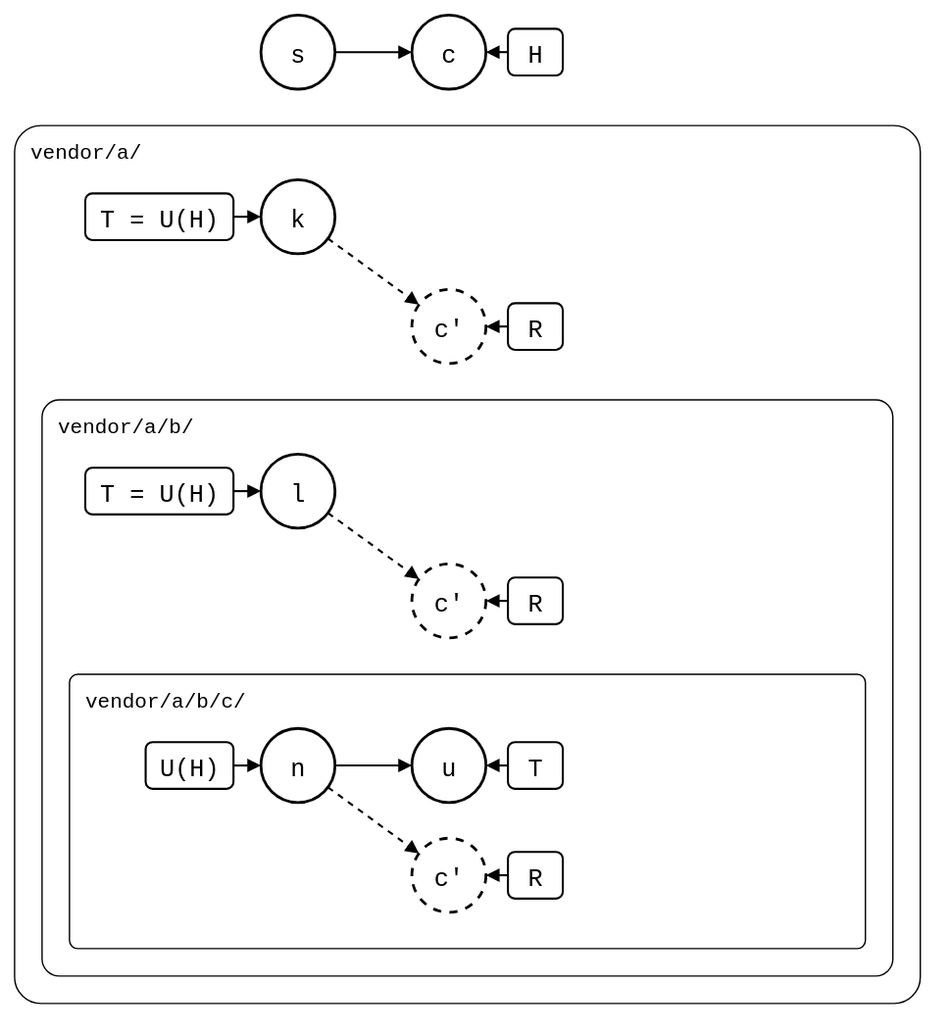
This is docs/09-scenarios/05-nested-splices/01-nested-splices/02-three-levels/levels-before.drawio.svg from roschaefer/git-splice, a draw.io export, as it was before one commit. Source tidied: cells renumbered, new cells last; positions are measured from the earlier drawing's top-left corner, leaving out a move shared by most shapes. Source of this version:
```xml
<mxGraphModel background="#ffffff">
  <root>
    <mxCell id="0" />
    <mxCell id="1" parent="0" />
    <mxCell id="2" value="vendor/a/" style="rounded=1;arcSize=3;fillColor=none;strokeWidth=1;fontSize=15;verticalAlign=top;align=left;spacingLeft=10;spacingTop=4;fontFamily=Roboto Mono,monospace;" parent="1" vertex="1">
      <mxGeometry y="80" width="660" height="640" as="geometry" />
    </mxCell>
    <mxCell id="3" value="vendor/a/b/" style="rounded=1;arcSize=3;fillColor=none;strokeWidth=1;fontSize=15;verticalAlign=top;align=left;spacingLeft=10;spacingTop=4;fontFamily=Roboto Mono,monospace;" parent="1" vertex="1">
      <mxGeometry x="20" y="280" width="620" height="420" as="geometry" />
    </mxCell>
    <mxCell id="4" value="vendor/a/b/c/" style="rounded=1;arcSize=3;fillColor=none;strokeWidth=1;fontSize=15;verticalAlign=top;align=left;spacingLeft=10;spacingTop=4;fontFamily=Roboto Mono,monospace;" parent="1" vertex="1">
      <mxGeometry x="40" y="480" width="580" height="200" as="geometry" />
    </mxCell>
    <mxCell id="5" value="s" style="ellipse;strokeWidth=2;fontSize=18;fontFamily=Roboto Mono,monospace;" parent="1" vertex="1">
      <mxGeometry x="180" width="54" height="54" as="geometry" />
    </mxCell>
    <mxCell id="6" value="c" style="ellipse;strokeWidth=2;fontSize=18;fontFamily=Roboto Mono,monospace;" parent="1" vertex="1">
      <mxGeometry x="290" width="54" height="54" as="geometry" />
    </mxCell>
    <mxCell id="7" style="endArrow=block;endFill=1;html=1;strokeWidth=1.5;rounded=0;" parent="1" edge="1" source="5" target="6">
      <mxGeometry relative="1" as="geometry" />
    </mxCell>
    <mxCell id="8" value="H" style="rounded=1;strokeWidth=1.5;fontSize=18;fontFamily=Roboto Mono,monospace;" parent="1" vertex="1">
      <mxGeometry x="360" y="10" width="40" height="34" as="geometry" />
    </mxCell>
    <mxCell id="9" style="endArrow=block;endFill=1;html=1;strokeWidth=1.5;rounded=0;" parent="1" edge="1" source="8" target="6">
      <mxGeometry relative="1" as="geometry" />
    </mxCell>
    <mxCell id="10" value="k" style="ellipse;strokeWidth=2;fontSize=18;fontFamily=Roboto Mono,monospace;" parent="1" vertex="1">
      <mxGeometry x="180" y="120" width="54" height="54" as="geometry" />
    </mxCell>
    <mxCell id="11" value="c'" style="ellipse;strokeWidth=2;fontSize=18;fontFamily=Roboto Mono,monospace;dashed=1;" parent="1" vertex="1">
      <mxGeometry x="290" y="200" width="54" height="54" as="geometry" />
    </mxCell>
    <mxCell id="12" style="endArrow=block;endFill=1;html=1;strokeWidth=1.5;rounded=0;dashed=1;" parent="1" edge="1" source="10" target="11">
      <mxGeometry relative="1" as="geometry" />
    </mxCell>
    <mxCell id="13" value="l" style="ellipse;strokeWidth=2;fontSize=18;fontFamily=Roboto Mono,monospace;" parent="1" vertex="1">
      <mxGeometry x="180" y="320" width="54" height="54" as="geometry" />
    </mxCell>
    <mxCell id="14" value="c'" style="ellipse;strokeWidth=2;fontSize=18;fontFamily=Roboto Mono,monospace;dashed=1;" parent="1" vertex="1">
      <mxGeometry x="290" y="400" width="54" height="54" as="geometry" />
    </mxCell>
    <mxCell id="15" style="endArrow=block;endFill=1;html=1;strokeWidth=1.5;rounded=0;dashed=1;" parent="1" edge="1" source="13" target="14">
      <mxGeometry relative="1" as="geometry" />
    </mxCell>
    <mxCell id="16" value="n" style="ellipse;strokeWidth=2;fontSize=18;fontFamily=Roboto Mono,monospace;" parent="1" vertex="1">
      <mxGeometry x="180" y="520" width="54" height="54" as="geometry" />
    </mxCell>
    <mxCell id="17" value="u" style="ellipse;strokeWidth=2;fontSize=18;fontFamily=Roboto Mono,monospace;" parent="1" vertex="1">
      <mxGeometry x="290" y="520" width="54" height="54" as="geometry" />
    </mxCell>
    <mxCell id="18" style="endArrow=block;endFill=1;html=1;strokeWidth=1.5;rounded=0;" parent="1" edge="1" source="16" target="17">
      <mxGeometry relative="1" as="geometry" />
    </mxCell>
    <mxCell id="19" value="c'" style="ellipse;strokeWidth=2;fontSize=18;fontFamily=Roboto Mono,monospace;dashed=1;" parent="1" vertex="1">
      <mxGeometry x="290" y="600" width="54" height="54" as="geometry" />
    </mxCell>
    <mxCell id="20" style="endArrow=block;endFill=1;html=1;strokeWidth=1.5;rounded=0;dashed=1;" parent="1" edge="1" source="16" target="19">
      <mxGeometry relative="1" as="geometry" />
    </mxCell>
    <mxCell id="21" value="T = U(H)" style="rounded=1;strokeWidth=1.5;fontSize=18;fontFamily=Roboto Mono,monospace;" parent="1" vertex="1">
      <mxGeometry x="52" y="130" width="108" height="34" as="geometry" />
    </mxCell>
    <mxCell id="22" style="endArrow=block;endFill=1;html=1;strokeWidth=1.5;rounded=0;" parent="1" edge="1" source="21" target="10">
      <mxGeometry relative="1" as="geometry" />
    </mxCell>
    <mxCell id="23" value="T = U(H)" style="rounded=1;strokeWidth=1.5;fontSize=18;fontFamily=Roboto Mono,monospace;" parent="1" vertex="1">
      <mxGeometry x="52" y="330" width="108" height="34" as="geometry" />
    </mxCell>
    <mxCell id="24" style="endArrow=block;endFill=1;html=1;strokeWidth=1.5;rounded=0;" parent="1" edge="1" source="23" target="13">
      <mxGeometry relative="1" as="geometry" />
    </mxCell>
    <mxCell id="25" value="U(H)" style="rounded=1;strokeWidth=1.5;fontSize=18;fontFamily=Roboto Mono,monospace;" parent="1" vertex="1">
      <mxGeometry x="96" y="530" width="64" height="34" as="geometry" />
    </mxCell>
    <mxCell id="26" style="endArrow=block;endFill=1;html=1;strokeWidth=1.5;rounded=0;" parent="1" edge="1" source="25" target="16">
      <mxGeometry relative="1" as="geometry" />
    </mxCell>
    <mxCell id="27" value="R" style="rounded=1;strokeWidth=1.5;fontSize=18;fontFamily=Roboto Mono,monospace;" parent="1" vertex="1">
      <mxGeometry x="360" y="210" width="40" height="34" as="geometry" />
    </mxCell>
    <mxCell id="28" style="endArrow=block;endFill=1;html=1;strokeWidth=1.5;rounded=0;" parent="1" edge="1" source="27" target="11">
      <mxGeometry relative="1" as="geometry" />
    </mxCell>
    <mxCell id="29" value="R" style="rounded=1;strokeWidth=1.5;fontSize=18;fontFamily=Roboto Mono,monospace;" parent="1" vertex="1">
      <mxGeometry x="360" y="410" width="40" height="34" as="geometry" />
    </mxCell>
    <mxCell id="30" style="endArrow=block;endFill=1;html=1;strokeWidth=1.5;rounded=0;" parent="1" edge="1" source="29" target="14">
      <mxGeometry relative="1" as="geometry" />
    </mxCell>
    <mxCell id="31" value="T" style="rounded=1;strokeWidth=1.5;fontSize=18;fontFamily=Roboto Mono,monospace;" parent="1" vertex="1">
      <mxGeometry x="360" y="530" width="40" height="34" as="geometry" />
    </mxCell>
    <mxCell id="32" style="endArrow=block;endFill=1;html=1;strokeWidth=1.5;rounded=0;" parent="1" edge="1" source="31" target="17">
      <mxGeometry relative="1" as="geometry" />
    </mxCell>
    <mxCell id="33" value="R" style="rounded=1;strokeWidth=1.5;fontSize=18;fontFamily=Roboto Mono,monospace;" parent="1" vertex="1">
      <mxGeometry x="360" y="610" width="40" height="34" as="geometry" />
    </mxCell>
    <mxCell id="34" style="endArrow=block;endFill=1;html=1;strokeWidth=1.5;rounded=0;" parent="1" edge="1" source="33" target="19">
      <mxGeometry relative="1" as="geometry" />
    </mxCell>
  </root>
</mxGraphModel>
```
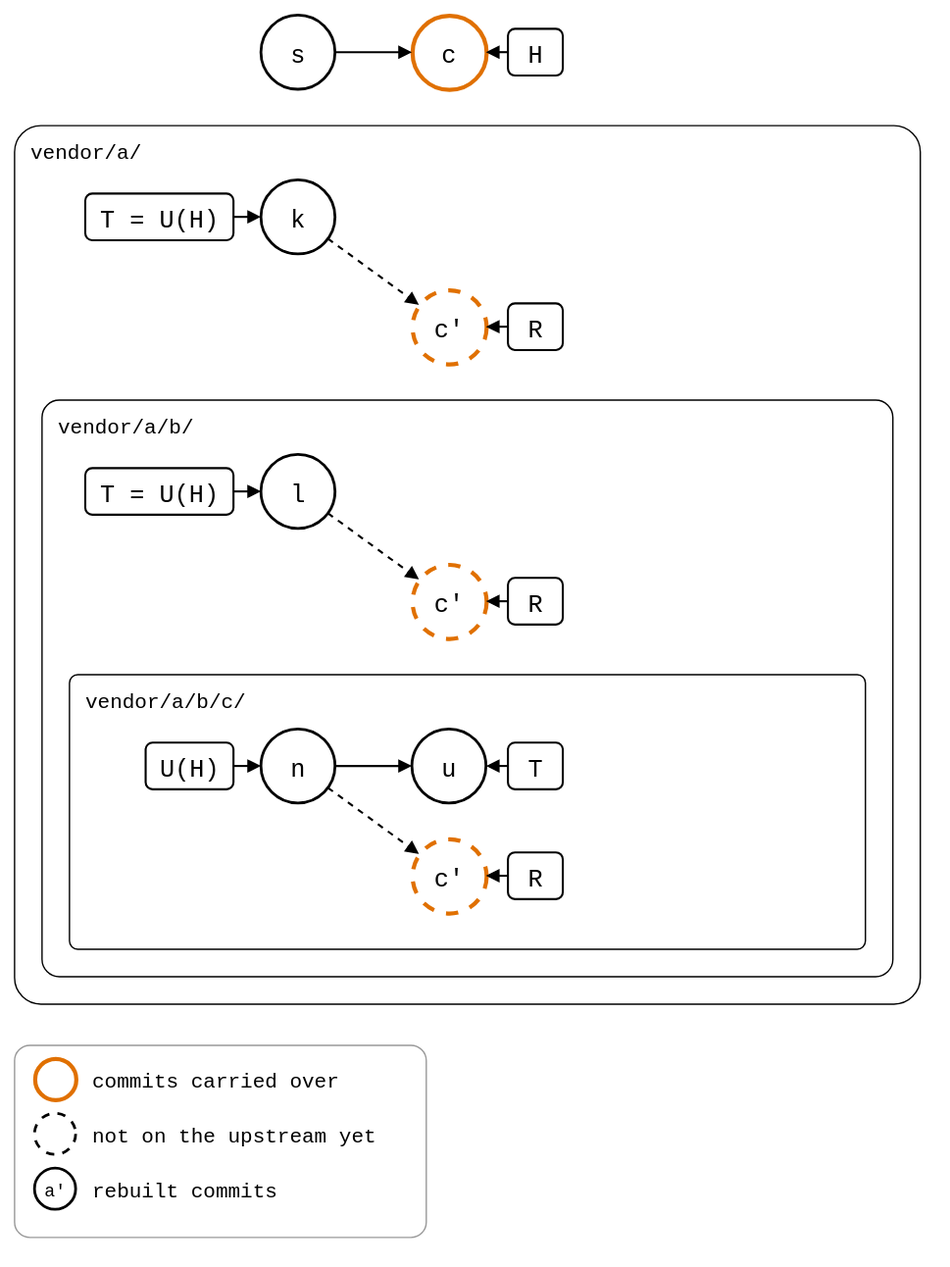
After the commit.

Change to the diagram source:
```diff
@@ -14,7 +14,7 @@
     <mxCell id="5" value="s" style="ellipse;strokeWidth=2;fontSize=18;fontFamily=Roboto Mono,monospace;" parent="1" vertex="1">
       <mxGeometry x="180" width="54" height="54" as="geometry" />
     </mxCell>
-    <mxCell id="6" value="c" style="ellipse;strokeWidth=2;fontSize=18;fontFamily=Roboto Mono,monospace;" parent="1" vertex="1">
+    <mxCell id="6" value="c" style="ellipse;strokeWidth=2;fontSize=18;fontFamily=Roboto Mono,monospace;strokeColor=#E07000;strokeWidth=3;" parent="1" vertex="1">
       <mxGeometry x="290" width="54" height="54" as="geometry" />
     </mxCell>
     <mxCell id="7" style="endArrow=block;endFill=1;html=1;strokeWidth=1.5;rounded=0;" parent="1" edge="1" source="5" target="6">
@@ -29,7 +29,7 @@
     <mxCell id="10" value="k" style="ellipse;strokeWidth=2;fontSize=18;fontFamily=Roboto Mono,monospace;" parent="1" vertex="1">
       <mxGeometry x="180" y="120" width="54" height="54" as="geometry" />
     </mxCell>
-    <mxCell id="11" value="c'" style="ellipse;strokeWidth=2;fontSize=18;fontFamily=Roboto Mono,monospace;dashed=1;" parent="1" vertex="1">
+    <mxCell id="11" value="c'" style="ellipse;strokeWidth=2;fontSize=18;fontFamily=Roboto Mono,monospace;dashed=1;strokeColor=#E07000;strokeWidth=3;" parent="1" vertex="1">
       <mxGeometry x="290" y="200" width="54" height="54" as="geometry" />
     </mxCell>
     <mxCell id="12" style="endArrow=block;endFill=1;html=1;strokeWidth=1.5;rounded=0;dashed=1;" parent="1" edge="1" source="10" target="11">
@@ -38,7 +38,7 @@
     <mxCell id="13" value="l" style="ellipse;strokeWidth=2;fontSize=18;fontFamily=Roboto Mono,monospace;" parent="1" vertex="1">
       <mxGeometry x="180" y="320" width="54" height="54" as="geometry" />
     </mxCell>
-    <mxCell id="14" value="c'" style="ellipse;strokeWidth=2;fontSize=18;fontFamily=Roboto Mono,monospace;dashed=1;" parent="1" vertex="1">
+    <mxCell id="14" value="c'" style="ellipse;strokeWidth=2;fontSize=18;fontFamily=Roboto Mono,monospace;dashed=1;strokeColor=#E07000;strokeWidth=3;" parent="1" vertex="1">
       <mxGeometry x="290" y="400" width="54" height="54" as="geometry" />
     </mxCell>
     <mxCell id="15" style="endArrow=block;endFill=1;html=1;strokeWidth=1.5;rounded=0;dashed=1;" parent="1" edge="1" source="13" target="14">
@@ -53,7 +53,7 @@
     <mxCell id="18" style="endArrow=block;endFill=1;html=1;strokeWidth=1.5;rounded=0;" parent="1" edge="1" source="16" target="17">
       <mxGeometry relative="1" as="geometry" />
     </mxCell>
-    <mxCell id="19" value="c'" style="ellipse;strokeWidth=2;fontSize=18;fontFamily=Roboto Mono,monospace;dashed=1;" parent="1" vertex="1">
+    <mxCell id="19" value="c'" style="ellipse;strokeWidth=2;fontSize=18;fontFamily=Roboto Mono,monospace;dashed=1;strokeColor=#E07000;strokeWidth=3;" parent="1" vertex="1">
       <mxGeometry x="290" y="600" width="54" height="54" as="geometry" />
     </mxCell>
     <mxCell id="20" style="endArrow=block;endFill=1;html=1;strokeWidth=1.5;rounded=0;dashed=1;" parent="1" edge="1" source="16" target="19">
@@ -101,5 +101,26 @@
     <mxCell id="34" style="endArrow=block;endFill=1;html=1;strokeWidth=1.5;rounded=0;" parent="1" edge="1" source="33" target="19">
       <mxGeometry relative="1" as="geometry" />
     </mxCell>
+    <mxCell id="35" style="rounded=1;arcSize=8;fillColor=none;strokeColor=#999999;strokeWidth=1;legend=1;" parent="1" vertex="1">
+      <mxGeometry y="750" width="300" height="140" as="geometry" />
+    </mxCell>
+    <mxCell id="36" style="ellipse;fontSize=13;fontFamily=Roboto Mono,monospace;strokeWidth=2;strokeColor=#E07000;strokeWidth=3;" parent="35" vertex="1">
+      <mxGeometry x="15" y="10" width="30" height="30" as="geometry" />
+    </mxCell>
+    <mxCell id="37" value="commits carried over" style="text;align=left;verticalAlign=middle;fontSize=15;fontFamily=Roboto Mono,monospace;" parent="35" vertex="1">
+      <mxGeometry x="55" y="10" width="240" height="30" as="geometry" />
+    </mxCell>
+    <mxCell id="38" style="ellipse;fontSize=13;fontFamily=Roboto Mono,monospace;strokeWidth=2;dashed=1;" parent="35" vertex="1">
+      <mxGeometry x="15" y="50" width="30" height="30" as="geometry" />
+    </mxCell>
+    <mxCell id="39" value="not on the upstream yet" style="text;align=left;verticalAlign=middle;fontSize=15;fontFamily=Roboto Mono,monospace;" parent="35" vertex="1">
+      <mxGeometry x="55" y="50" width="240" height="30" as="geometry" />
+    </mxCell>
+    <mxCell id="40" value="a'" style="ellipse;fontSize=13;fontFamily=Roboto Mono,monospace;strokeWidth=2;" parent="35" vertex="1">
+      <mxGeometry x="15" y="90" width="30" height="30" as="geometry" />
+    </mxCell>
+    <mxCell id="41" value="rebuilt commits" style="text;align=left;verticalAlign=middle;fontSize=15;fontFamily=Roboto Mono,monospace;" parent="35" vertex="1">
+      <mxGeometry x="55" y="90" width="240" height="30" as="geometry" />
+    </mxCell>
   </root>
 </mxGraphModel>
```
